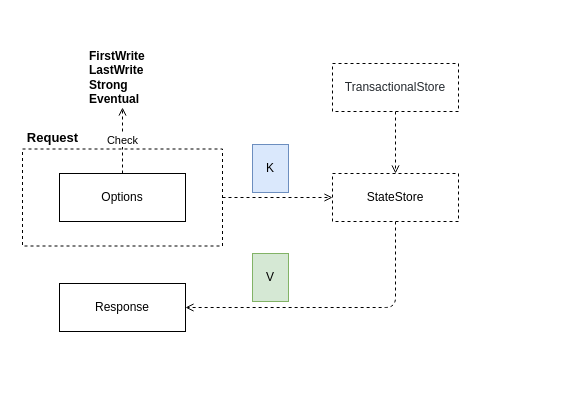
Before: page "StateStore" (11 of 12) of 2020/dapr/dapr.drawio in abserari/draw.io, a draw.io diagram. Source tidied: cells renumbered, new cells numbered last; positions are measured from the earlier drawing's top-left corner, leaving out a move shared by most shapes. Both pictures are drawn from the tidied source at 100%, with x=0, y=0 at pixel (17, 47).
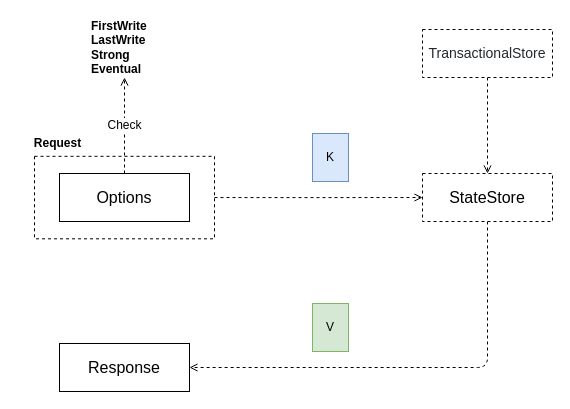
Above is the later version.

The edit, as a diff of the source:
```diff
@@
 <mxGraphModel>
   <root>
     <mxCell id="0" />
     <mxCell id="1" parent="0" />
     <mxCell id="2" style="edgeStyle=orthogonalEdgeStyle;curved=0;rounded=1;sketch=0;jettySize=auto;html=1;exitX=0.5;exitY=1;exitDx=0;exitDy=0;dashed=1;endArrow=open;endFill=0;entryX=1;entryY=0.5;entryDx=0;entryDy=0;" parent="1" edge="1" source="3" target="13">
       <mxGeometry relative="1" as="geometry" />
     </mxCell>
-    <mxCell id="3" value="StateStore" style="rounded=0;whiteSpace=wrap;html=1;sketch=0;dashed=1;" parent="1" vertex="1">
-      <mxGeometry x="315" y="126" width="126" height="48" as="geometry" />
+    <mxCell id="3" value="StateStore" style="rounded=0;whiteSpace=wrap;html=1;sketch=0;dashed=1;fontSize=16;" parent="1" vertex="1">
+      <mxGeometry x="405" y="126" width="130" height="48" as="geometry" />
     </mxCell>
     <mxCell id="4" style="edgeStyle=orthogonalEdgeStyle;rounded=1;sketch=0;jettySize=auto;html=1;exitX=0.5;exitY=1;exitDx=0;exitDy=0;entryX=0.5;entryY=0;entryDx=0;entryDy=0;dashed=1;endArrow=open;endFill=0;fontSize=13;" parent="1" edge="1" source="5" target="3">
       <mxGeometry relative="1" as="geometry" />
     </mxCell>
-    <mxCell id="5" value="&lt;span class=&quot;pl-smi&quot; style=&quot;box-sizing: border-box ; color: rgb(36 , 41 , 46) ; font-family: , &amp;#34;consolas&amp;#34; , &amp;#34;liberation mono&amp;#34; , &amp;#34;menlo&amp;#34; , monospace ; background-color: rgb(255 , 255 , 255)&quot;&gt;&lt;span style=&quot;box-sizing: border-box&quot;&gt;TransactionalStore&lt;/span&gt;&lt;/span&gt;&lt;span style=&quot;box-sizing: border-box ; color: rgb(36 , 41 , 46) ; font-family: , &amp;#34;consolas&amp;#34; , &amp;#34;liberation mono&amp;#34; , &amp;#34;menlo&amp;#34; , monospace ; background-color: rgb(255 , 255 , 255)&quot;&gt; &lt;/span&gt;" style="rounded=0;whiteSpace=wrap;html=1;sketch=0;dashed=1;" parent="1" vertex="1">
-      <mxGeometry x="315" y="16" width="126" height="48" as="geometry" />
+    <mxCell id="5" value="&lt;span class=&quot;pl-smi&quot; style=&quot;box-sizing: border-box; color: rgb(36, 41, 46); background-color: rgb(255, 255, 255); font-size: 14px;&quot;&gt;&lt;span style=&quot;box-sizing: border-box; font-size: 14px;&quot;&gt;TransactionalStore&lt;/span&gt;&lt;/span&gt;&lt;span style=&quot;box-sizing: border-box; color: rgb(36, 41, 46); background-color: rgb(255, 255, 255); font-size: 14px;&quot;&gt; &lt;/span&gt;" style="rounded=0;whiteSpace=wrap;html=1;sketch=0;dashed=1;fontSize=14;" parent="1" vertex="1">
+      <mxGeometry x="405" y="-18" width="130" height="48" as="geometry" />
     </mxCell>
     <mxCell id="6" style="edgeStyle=orthogonalEdgeStyle;curved=0;rounded=1;sketch=0;jettySize=auto;html=1;exitX=1;exitY=0.5;exitDx=0;exitDy=0;entryX=0;entryY=0.5;entryDx=0;entryDy=0;dashed=1;endArrow=open;endFill=0;" parent="1" edge="1" source="7" target="3">
       <mxGeometry relative="1" as="geometry" />
     </mxCell>
     <mxCell id="7" style="rounded=0;whiteSpace=wrap;html=1;sketch=0;fillColor=none;dashed=1;" parent="1" vertex="1">
-      <mxGeometry x="5" y="101.5" width="200" height="97" as="geometry" />
+      <mxGeometry x="17" y="108.8" width="180" height="82.5" as="geometry" />
     </mxCell>
-    <mxCell id="8" value="&lt;font color=&quot;#000000&quot;&gt;&lt;b&gt;Request&lt;/b&gt;&lt;/font&gt;" style="text;html=1;align=center;verticalAlign=middle;fontSize=13;" parent="1" vertex="1">
-      <mxGeometry y="80" width="70" height="20" as="geometry" />
+    <mxCell id="8" value="&lt;font color=&quot;#000000&quot; style=&quot;font-size: 12px;&quot;&gt;&lt;b style=&quot;font-size: 12px;&quot;&gt;Request&lt;/b&gt;&lt;/font&gt;" style="text;html=1;align=center;verticalAlign=middle;fontSize=12;" parent="1" vertex="1">
+      <mxGeometry x="10" y="86" width="60" height="20" as="geometry" />
     </mxCell>
-    <mxCell id="9" value="Check" style="edgeStyle=orthogonalEdgeStyle;curved=0;rounded=1;sketch=0;jettySize=auto;html=1;exitX=0.5;exitY=0;exitDx=0;exitDy=0;dashed=1;endArrow=open;endFill=0;" parent="1" edge="1" source="10" target="11">
+    <mxCell id="9" value="Check" style="edgeStyle=orthogonalEdgeStyle;curved=0;rounded=1;sketch=0;jettySize=auto;html=1;exitX=0.5;exitY=0;exitDx=0;exitDy=0;dashed=1;endArrow=open;endFill=0;fontSize=12;" parent="1" edge="1" source="10" target="11">
       <mxGeometry relative="1" as="geometry" />
     </mxCell>
-    <mxCell id="10" value="Options" style="rounded=0;whiteSpace=wrap;html=1;sketch=0;" parent="1" vertex="1">
-      <mxGeometry x="42" y="126" width="126" height="48" as="geometry" />
+    <mxCell id="10" value="&lt;font style=&quot;font-size: 16px&quot;&gt;Options&lt;/font&gt;" style="rounded=0;whiteSpace=wrap;html=1;sketch=0;" parent="1" vertex="1">
+      <mxGeometry x="42" y="126" width="130" height="48" as="geometry" />
     </mxCell>
     <mxCell id="11" value="&lt;b&gt;FirstWrite&lt;br&gt;LastWrite&lt;br&gt;Strong&lt;br&gt;Eventual&lt;/b&gt;" style="text;html=1;align=left;verticalAlign=middle;points=[];" parent="1" vertex="1">
-      <mxGeometry x="70" width="70" height="60" as="geometry" />
+      <mxGeometry x="72" y="-30" width="70" height="60" as="geometry" />
     </mxCell>
     <mxCell id="12" value="K" style="rounded=0;whiteSpace=wrap;html=1;sketch=0;fillColor=#dae8fc;strokeColor=#6c8ebf;" parent="1" vertex="1">
-      <mxGeometry x="235" y="97" width="36" height="48" as="geometry" />
+      <mxGeometry x="295" y="86" width="36" height="48" as="geometry" />
     </mxCell>
-    <mxCell id="13" value="Response" style="rounded=0;whiteSpace=wrap;html=1;sketch=0;" parent="1" vertex="1">
-      <mxGeometry x="42" y="236" width="126" height="48" as="geometry" />
+    <mxCell id="13" value="Response" style="rounded=0;whiteSpace=wrap;html=1;sketch=0;fontSize=16;" parent="1" vertex="1">
+      <mxGeometry x="42" y="296" width="130" height="48" as="geometry" />
     </mxCell>
     <mxCell id="14" value="V" style="rounded=0;whiteSpace=wrap;html=1;sketch=0;fillColor=#d5e8d4;strokeColor=#82b366;" parent="1" vertex="1">
-      <mxGeometry x="235" y="206" width="36" height="48" as="geometry" />
+      <mxGeometry x="295" y="256" width="36" height="48" as="geometry" />
     </mxCell>
   </root>
 </mxGraphModel>
```
